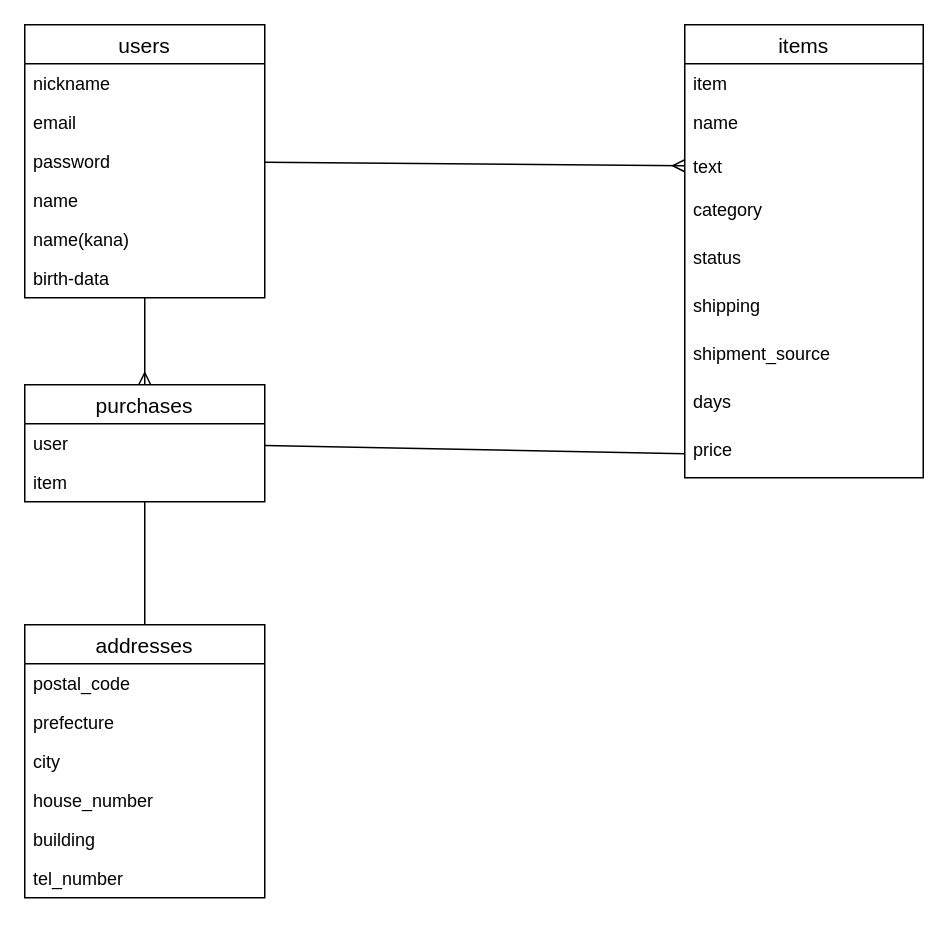
Before: furima.dio in ShogoSonoda/furima-29107, a draw.io diagram. Source tidied: cells renumbered, new cells numbered last; positions are measured from the earlier drawing's top-left corner, leaving out a move shared by most shapes. Both pictures are drawn from the tidied source at 150%, with x=0, y=0 at pixel (24, 24).
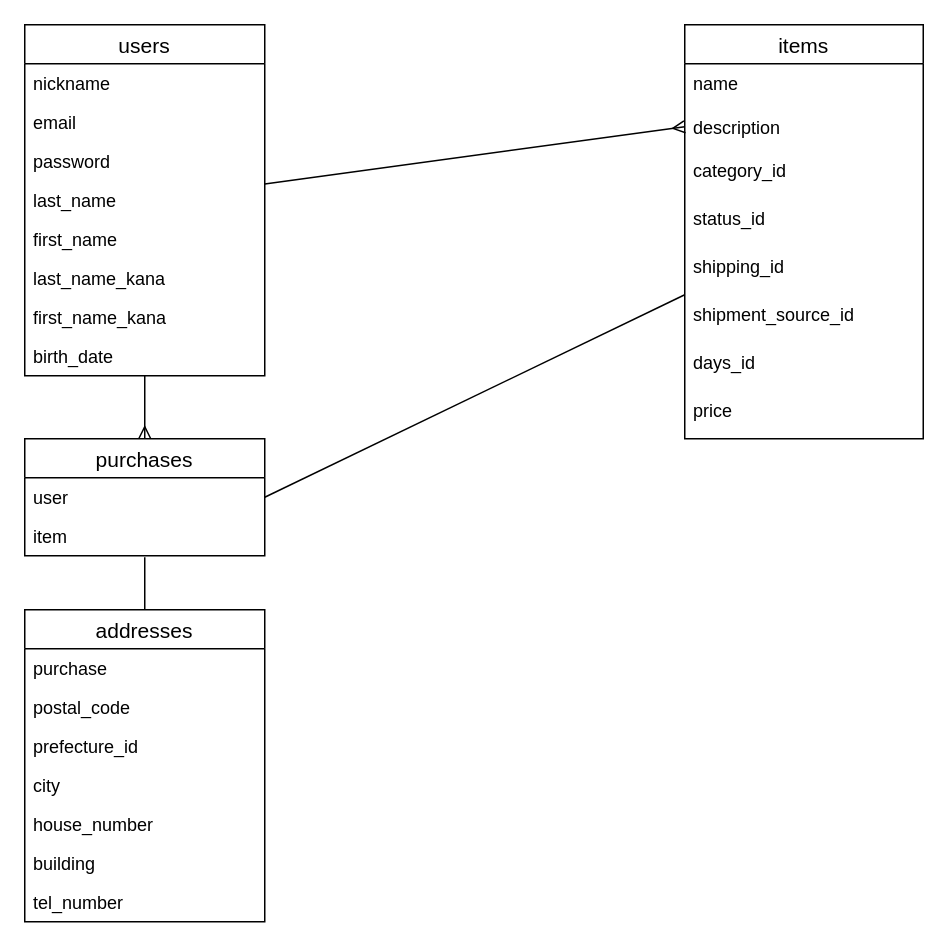
After the change.

The change refers to these unchanged cells:
```xml
<mxCell id="24" value="user" style="text;strokeColor=none;fillColor=none;spacingLeft=4;spacingRight=4;overflow=hidden;points=[[0,0.5],[1,0.5]];portConstraint=eastwest;fontSize=12;" parent="23" vertex="1">
  <mxGeometry y="26" width="160" height="26" as="geometry" />
</mxCell>
<mxCell id="25" value="item" style="text;strokeColor=none;fillColor=none;spacingLeft=4;spacingRight=4;overflow=hidden;points=[[0,0.5],[1,0.5]];portConstraint=eastwest;fontSize=12;" parent="23" vertex="1">
  <mxGeometry y="52" width="160" height="26" as="geometry" />
</mxCell>
```

Diff of the diagram source:
```diff
@@
     <mxCell id="4" value="users" style="swimlane;fontStyle=0;horizontal=1;startSize=26;align=center;fontSize=14;" parent="1" vertex="1">
-      <mxGeometry width="160" height="182" as="geometry" />
+      <mxGeometry width="160" height="234" as="geometry" />
     </mxCell>
@@
-    <mxCell id="8" value="name" style="text;strokeColor=none;fillColor=none;spacingLeft=4;spacingRight=4;overflow=hidden;fontSize=12;" parent="4" vertex="1">
+    <mxCell id="8" value="last_name" style="text;strokeColor=none;fillColor=none;spacingLeft=4;spacingRight=4;overflow=hidden;fontSize=12;" parent="4" vertex="1">
       <mxGeometry y="104" width="160" height="26" as="geometry" />
     </mxCell>
-    <mxCell id="9" value="name(kana)" style="text;strokeColor=none;fillColor=none;spacingLeft=4;spacingRight=4;overflow=hidden;fontSize=12;" parent="4" vertex="1">
+    <mxCell id="9" value="first_name" style="text;strokeColor=none;fillColor=none;spacingLeft=4;spacingRight=4;overflow=hidden;fontSize=12;" parent="4" vertex="1">
       <mxGeometry y="130" width="160" height="26" as="geometry" />
     </mxCell>
-    <mxCell id="10" value="birth-data" style="text;strokeColor=none;fillColor=none;spacingLeft=4;spacingRight=4;overflow=hidden;fontSize=12;" parent="4" vertex="1">
+    <mxCell id="10" value="last_name_kana" style="text;strokeColor=none;fillColor=none;spacingLeft=4;spacingRight=4;overflow=hidden;fontSize=12;" parent="4" vertex="1">
       <mxGeometry y="156" width="160" height="26" as="geometry" />
     </mxCell>
+    <mxCell id="33" value="first_name_kana" style="text;strokeColor=none;fillColor=none;spacingLeft=4;spacingRight=4;overflow=hidden;fontSize=12;" parent="4" vertex="1">
+      <mxGeometry y="182" width="160" height="26" as="geometry" />
+    </mxCell>
+    <mxCell id="34" value="birth_date" style="text;strokeColor=none;fillColor=none;spacingLeft=4;spacingRight=4;overflow=hidden;fontSize=12;" parent="4" vertex="1">
+      <mxGeometry y="208" width="160" height="26" as="geometry" />
+    </mxCell>
     <mxCell id="11" value="items" style="swimlane;fontStyle=0;horizontal=1;startSize=26;align=center;fontSize=14;" parent="1" vertex="1">
-      <mxGeometry x="440" width="159" height="302" as="geometry" />
+      <mxGeometry x="440" width="159" height="276" as="geometry" />
     </mxCell>
-    <mxCell id="12" value="item" style="text;strokeColor=none;fillColor=none;spacingLeft=4;spacingRight=4;overflow=hidden;fontSize=12;" parent="11" vertex="1">
-      <mxGeometry y="26" width="159" height="26" as="geometry" />
-    </mxCell>
     <mxCell id="13" value="name" style="text;strokeColor=none;fillColor=none;spacingLeft=4;spacingRight=4;overflow=hidden;fontSize=12;" parent="11" vertex="1">
-      <mxGeometry y="52" width="159" height="26" as="geometry" />
+      <mxGeometry y="26" width="159" height="26" as="geometry" />
     </mxCell>
-    <mxCell id="14" value="text" style="text;strokeColor=none;fillColor=none;spacingLeft=4;spacingRight=4;overflow=hidden;points=[[0,0.5],[1,0.5]];portConstraint=eastwest;fontSize=12;verticalAlign=middle;" parent="11" vertex="1">
-      <mxGeometry y="78" width="159" height="32" as="geometry" />
+    <mxCell id="14" value="description" style="text;strokeColor=none;fillColor=none;spacingLeft=4;spacingRight=4;overflow=hidden;points=[[0,0.5],[1,0.5]];portConstraint=eastwest;fontSize=12;verticalAlign=middle;" parent="11" vertex="1">
+      <mxGeometry y="52" width="159" height="32" as="geometry" />
     </mxCell>
-    <mxCell id="15" value="category" style="text;strokeColor=none;fillColor=none;spacingLeft=4;spacingRight=4;overflow=hidden;fontSize=12;verticalAlign=top;" parent="11" vertex="1">
-      <mxGeometry y="110" width="159" height="32" as="geometry" />
+    <mxCell id="15" value="category_id" style="text;strokeColor=none;fillColor=none;spacingLeft=4;spacingRight=4;overflow=hidden;fontSize=12;verticalAlign=top;" parent="11" vertex="1">
+      <mxGeometry y="84" width="159" height="32" as="geometry" />
     </mxCell>
-    <mxCell id="16" value="status" style="text;strokeColor=none;fillColor=none;spacingLeft=4;spacingRight=4;overflow=hidden;fontSize=12;verticalAlign=top;" parent="11" vertex="1">
-      <mxGeometry y="142" width="159" height="32" as="geometry" />
+    <mxCell id="16" value="status_id" style="text;strokeColor=none;fillColor=none;spacingLeft=4;spacingRight=4;overflow=hidden;fontSize=12;verticalAlign=top;" parent="11" vertex="1">
+      <mxGeometry y="116" width="159" height="32" as="geometry" />
     </mxCell>
-    <mxCell id="17" value="shipping" style="text;strokeColor=none;fillColor=none;spacingLeft=4;spacingRight=4;overflow=hidden;fontSize=12;verticalAlign=top;" parent="11" vertex="1">
-      <mxGeometry y="174" width="159" height="32" as="geometry" />
+    <mxCell id="17" value="shipping_id" style="text;strokeColor=none;fillColor=none;spacingLeft=4;spacingRight=4;overflow=hidden;fontSize=12;verticalAlign=top;" parent="11" vertex="1">
+      <mxGeometry y="148" width="159" height="32" as="geometry" />
     </mxCell>
-    <mxCell id="18" value="shipment_source" style="text;strokeColor=none;fillColor=none;spacingLeft=4;spacingRight=4;overflow=hidden;points=[[0,0.5],[1,0.5]];portConstraint=eastwest;fontSize=12;verticalAlign=top;" parent="11" vertex="1">
-      <mxGeometry y="206" width="159" height="32" as="geometry" />
+    <mxCell id="18" value="shipment_source_id" style="text;strokeColor=none;fillColor=none;spacingLeft=4;spacingRight=4;overflow=hidden;points=[[0,0.5],[1,0.5]];portConstraint=eastwest;fontSize=12;verticalAlign=top;" parent="11" vertex="1">
+      <mxGeometry y="180" width="159" height="32" as="geometry" />
     </mxCell>
-    <mxCell id="19" value="days" style="text;strokeColor=none;fillColor=none;spacingLeft=4;spacingRight=4;overflow=hidden;fontSize=12;verticalAlign=top;" parent="11" vertex="1">
-      <mxGeometry y="238" width="159" height="32" as="geometry" />
+    <mxCell id="19" value="days_id" style="text;strokeColor=none;fillColor=none;spacingLeft=4;spacingRight=4;overflow=hidden;fontSize=12;verticalAlign=top;" parent="11" vertex="1">
+      <mxGeometry y="212" width="159" height="32" as="geometry" />
     </mxCell>
     <mxCell id="20" value="price" style="text;strokeColor=none;fillColor=none;spacingLeft=4;spacingRight=4;overflow=hidden;points=[[0,0.5],[1,0.5]];portConstraint=eastwest;fontSize=12;verticalAlign=top;" parent="11" vertex="1">
-      <mxGeometry y="270" width="159" height="32" as="geometry" />
+      <mxGeometry y="244" width="159" height="32" as="geometry" />
     </mxCell>
-    <mxCell id="21" style="edgeStyle=none;rounded=0;jettySize=auto;html=1;entryX=0;entryY=0.5;entryDx=0;entryDy=0;endArrow=none;endFill=0;endSize=6;" parent="1" edge="1" source="23" target="20">
+    <mxCell id="21" style="edgeStyle=none;rounded=0;jettySize=auto;html=1;entryX=0;entryY=0;entryDx=0;entryDy=0;endArrow=none;endFill=0;endSize=6;exitX=1;exitY=0.5;exitDx=0;exitDy=0;entryPerimeter=0;" parent="1" edge="1" source="24" target="18">
       <mxGeometry relative="1" as="geometry" />
     </mxCell>
-    <mxCell id="22" style="edgeStyle=none;rounded=0;jettySize=auto;html=1;entryX=0.5;entryY=0;entryDx=0;entryDy=0;endArrow=none;endFill=0;endSize=6;" parent="1" edge="1" source="23" target="26">
+    <mxCell id="22" style="edgeStyle=none;rounded=0;jettySize=auto;html=1;endArrow=none;endFill=0;endSize=6;exitX=0.5;exitY=1.038;exitDx=0;exitDy=0;entryX=0.5;entryY=0;entryDx=0;entryDy=0;exitPerimeter=0;" parent="1" edge="1" source="25" target="26">
       <mxGeometry relative="1" as="geometry" />
     </mxCell>
     <mxCell id="23" value="purchases" style="swimlane;fontStyle=0;horizontal=1;startSize=26;align=center;fontSize=14;html=0;" parent="1" vertex="1">
-      <mxGeometry y="240" width="160" height="78" as="geometry" />
+      <mxGeometry y="276" width="160" height="78" as="geometry" />
     </mxCell>
@@
     <mxCell id="26" value="addresses" style="swimlane;fontStyle=0;horizontal=1;startSize=26;align=center;fontSize=14;" parent="1" vertex="1">
-      <mxGeometry y="400" width="160" height="182" as="geometry" />
+      <mxGeometry y="390" width="160" height="208" as="geometry" />
     </mxCell>
-    <mxCell id="27" value="postal_code" style="text;strokeColor=none;fillColor=none;spacingLeft=4;spacingRight=4;overflow=hidden;fontSize=12;" parent="26" vertex="1">
+    <mxCell id="27" value="purchase" style="text;strokeColor=none;fillColor=none;spacingLeft=4;spacingRight=4;overflow=hidden;fontSize=12;" parent="26" vertex="1">
       <mxGeometry y="26" width="160" height="26" as="geometry" />
     </mxCell>
-    <mxCell id="28" value="prefecture" style="text;strokeColor=none;fillColor=none;spacingLeft=4;spacingRight=4;overflow=hidden;fontSize=12;" parent="26" vertex="1">
+    <mxCell id="28" value="postal_code" style="text;strokeColor=none;fillColor=none;spacingLeft=4;spacingRight=4;overflow=hidden;fontSize=12;" parent="26" vertex="1">
       <mxGeometry y="52" width="160" height="26" as="geometry" />
     </mxCell>
-    <mxCell id="29" value="city" style="text;strokeColor=none;fillColor=none;spacingLeft=4;spacingRight=4;overflow=hidden;fontSize=12;" parent="26" vertex="1">
+    <mxCell id="29" value="prefecture_id" style="text;strokeColor=none;fillColor=none;spacingLeft=4;spacingRight=4;overflow=hidden;fontSize=12;" parent="26" vertex="1">
       <mxGeometry y="78" width="160" height="26" as="geometry" />
     </mxCell>
-    <mxCell id="30" value="house_number" style="text;strokeColor=none;fillColor=none;spacingLeft=4;spacingRight=4;overflow=hidden;fontSize=12;" parent="26" vertex="1">
+    <mxCell id="30" value="city" style="text;strokeColor=none;fillColor=none;spacingLeft=4;spacingRight=4;overflow=hidden;fontSize=12;" parent="26" vertex="1">
       <mxGeometry y="104" width="160" height="26" as="geometry" />
     </mxCell>
-    <mxCell id="31" value="building" style="text;strokeColor=none;fillColor=none;spacingLeft=4;spacingRight=4;overflow=hidden;fontSize=12;" parent="26" vertex="1">
+    <mxCell id="31" value="house_number" style="text;strokeColor=none;fillColor=none;spacingLeft=4;spacingRight=4;overflow=hidden;fontSize=12;" parent="26" vertex="1">
       <mxGeometry y="130" width="160" height="26" as="geometry" />
     </mxCell>
-    <mxCell id="32" value="tel_number" style="text;strokeColor=none;fillColor=none;spacingLeft=4;spacingRight=4;overflow=hidden;fontSize=12;" parent="26" vertex="1">
+    <mxCell id="32" value="building" style="text;strokeColor=none;fillColor=none;spacingLeft=4;spacingRight=4;overflow=hidden;fontSize=12;" parent="26" vertex="1">
       <mxGeometry y="156" width="160" height="26" as="geometry" />
     </mxCell>
+    <mxCell id="35" value="tel_number" style="text;strokeColor=none;fillColor=none;spacingLeft=4;spacingRight=4;overflow=hidden;fontSize=12;" parent="26" vertex="1">
+      <mxGeometry y="182" width="160" height="26" as="geometry" />
+    </mxCell>
```
